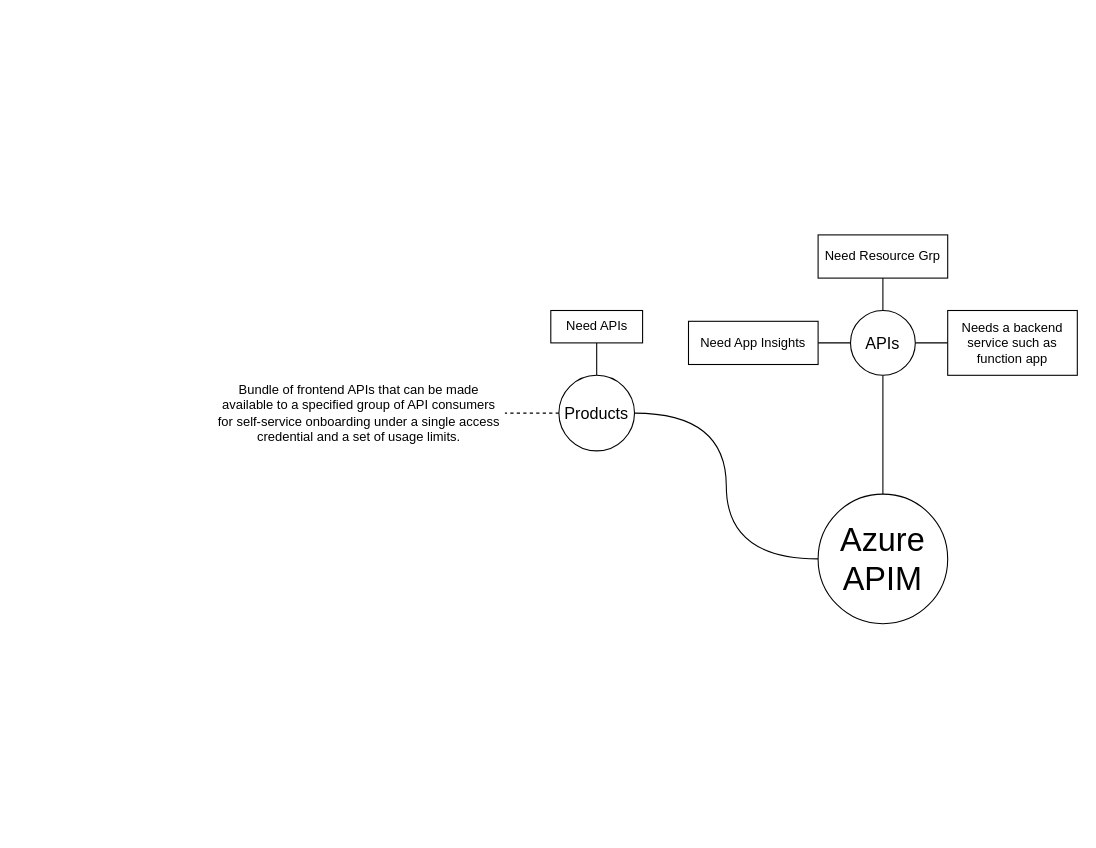
Before: page "Azure APIM" (1 of 2) of Azure/APIs.drawio in Gaur4vGaur/probable-octo, a draw.io diagram. Source tidied: cells renumbered, new cells numbered last; positions are measured from the earlier drawing's top-left corner, leaving out a move shared by most shapes. Both pictures are drawn from the tidied source at 108%, with x=0, y=0 at pixel (213, 234).
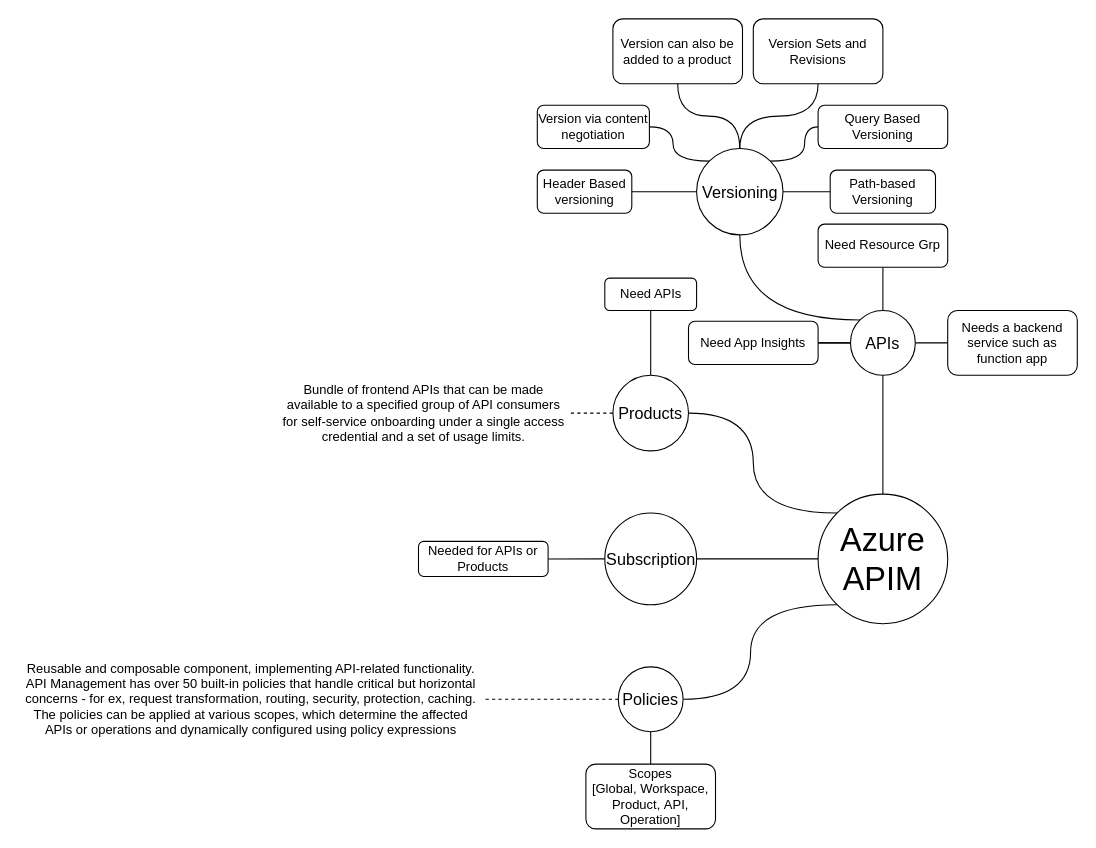
Above is the later version.

The edit, as a diff of the source:
```diff
@@
-    <mxCell id="2" style="edgeStyle=orthogonalEdgeStyle;rounded=0;jettySize=auto;html=1;curved=1;endArrow=none;endFill=0;" parent="1" edge="1" source="4" target="8">
+    <mxCell id="2" style="edgeStyle=orthogonalEdgeStyle;rounded=1;jettySize=auto;html=1;curved=1;endArrow=none;endFill=0;" parent="1" edge="1" source="4" target="8">
       <mxGeometry relative="1" as="geometry" />
     </mxCell>
-    <mxCell id="3" style="edgeStyle=orthogonalEdgeStyle;rounded=0;jettySize=auto;html=1;startArrow=none;startFill=0;endArrow=none;endFill=0;curved=1;entryX=0.5;entryY=0;entryDx=0;entryDy=0;" parent="1" edge="1" source="4" target="14">
+    <mxCell id="3" style="edgeStyle=orthogonalEdgeStyle;rounded=1;jettySize=auto;html=1;startArrow=none;startFill=0;endArrow=none;endFill=0;curved=1;entryX=0.5;entryY=0;entryDx=0;entryDy=0;exitX=0;exitY=0;exitDx=0;exitDy=0;" parent="1" edge="1" source="4" target="14">
       <mxGeometry relative="1" as="geometry" />
     </mxCell>
+    <mxCell id="17" style="edgeStyle=orthogonalEdgeStyle;rounded=1;jettySize=auto;html=1;startArrow=none;startFill=0;endArrow=none;endFill=0;curved=1;" parent="1" edge="1" source="4" target="22">
+      <mxGeometry relative="1" as="geometry" />
+    </mxCell>
+    <mxCell id="18" style="edgeStyle=orthogonalEdgeStyle;rounded=1;jettySize=auto;html=1;fontFamily=Helvetica;fontSize=12;fontColor=default;exitX=0;exitY=1;exitDx=0;exitDy=0;curved=1;entryX=1;entryY=0.5;entryDx=0;entryDy=0;endArrow=none;endFill=0;" parent="1" edge="1" source="4" target="26">
+      <mxGeometry relative="1" as="geometry" />
+    </mxCell>
-    <mxCell id="4" value="&lt;font style=&quot;font-size: 30px;&quot;&gt;Azure&lt;br&gt;APIM&lt;/font&gt;" style="ellipse;whiteSpace=wrap;html=1;" parent="1" vertex="1">
+    <mxCell id="4" value="&lt;font style=&quot;font-size: 30px;&quot;&gt;Azure&lt;br&gt;APIM&lt;/font&gt;" style="ellipse;whiteSpace=wrap;html=1;rounded=1;" parent="1" vertex="1">
       <mxGeometry x="560" y="240" width="120" height="120" as="geometry" />
     </mxCell>
-    <mxCell id="5" style="edgeStyle=orthogonalEdgeStyle;rounded=0;jettySize=auto;html=1;curved=1;endArrow=none;endFill=0;" parent="1" edge="1" source="8" target="9">
+    <mxCell id="5" style="edgeStyle=orthogonalEdgeStyle;rounded=1;jettySize=auto;html=1;curved=1;endArrow=none;endFill=0;" parent="1" edge="1" source="8" target="9">
       <mxGeometry relative="1" as="geometry" />
     </mxCell>
-    <mxCell id="6" style="edgeStyle=orthogonalEdgeStyle;rounded=0;jettySize=auto;html=1;endArrow=none;endFill=0;curved=1;" parent="1" edge="1" source="8" target="10">
+    <mxCell id="6" style="edgeStyle=orthogonalEdgeStyle;rounded=1;jettySize=auto;html=1;endArrow=none;endFill=0;curved=1;" parent="1" edge="1" source="8" target="10">
       <mxGeometry relative="1" as="geometry" />
     </mxCell>
-    <mxCell id="7" style="edgeStyle=orthogonalEdgeStyle;rounded=0;jettySize=auto;html=1;endArrow=none;endFill=0;curved=1;" parent="1" edge="1" source="8" target="11">
+    <mxCell id="7" style="edgeStyle=orthogonalEdgeStyle;rounded=1;jettySize=auto;html=1;endArrow=none;endFill=0;curved=1;" parent="1" edge="1" source="8" target="11">
       <mxGeometry relative="1" as="geometry" />
     </mxCell>
+    <mxCell id="19" style="edgeStyle=orthogonalEdgeStyle;shape=connector;curved=1;rounded=1;jettySize=auto;html=1;labelBackgroundColor=default;strokeColor=default;fontFamily=Helvetica;fontSize=12;fontColor=default;endArrow=none;endFill=0;" parent="1" edge="1" source="8" target="11">
+      <mxGeometry relative="1" as="geometry" />
+    </mxCell>
+    <mxCell id="20" style="edgeStyle=orthogonalEdgeStyle;shape=connector;curved=1;rounded=1;jettySize=auto;html=1;labelBackgroundColor=default;strokeColor=default;fontFamily=Helvetica;fontSize=12;fontColor=default;endArrow=none;endFill=0;exitX=0;exitY=0;exitDx=0;exitDy=0;" parent="1" edge="1" source="8" target="35">
+      <mxGeometry relative="1" as="geometry" />
+    </mxCell>
-    <mxCell id="8" value="&lt;span style=&quot;font-size: 15px;&quot;&gt;APIs&lt;/span&gt;" style="ellipse;whiteSpace=wrap;html=1;" parent="1" vertex="1">
+    <mxCell id="8" value="&lt;span style=&quot;font-size: 15px;&quot;&gt;APIs&lt;/span&gt;" style="ellipse;whiteSpace=wrap;html=1;rounded=1;" parent="1" vertex="1">
       <mxGeometry x="590" y="70" width="60" height="60" as="geometry" />
     </mxCell>
-    <mxCell id="9" value="Needs a backend service such as function app" style="whiteSpace=wrap;html=1;" parent="1" vertex="1">
+    <mxCell id="9" value="Needs a backend service such as function app" style="whiteSpace=wrap;html=1;rounded=1;" parent="1" vertex="1">
       <mxGeometry x="680" y="70" width="120" height="60" as="geometry" />
     </mxCell>
-    <mxCell id="10" value="Need Resource Grp" style="whiteSpace=wrap;html=1;" parent="1" vertex="1">
-      <mxGeometry x="560" width="120" height="40" as="geometry" />
+    <mxCell id="10" value="Need Resource Grp" style="whiteSpace=wrap;html=1;rounded=1;" parent="1" vertex="1">
+      <mxGeometry x="560" y="-10" width="120" height="40" as="geometry" />
     </mxCell>
-    <mxCell id="11" value="Need App Insights" style="whiteSpace=wrap;html=1;" parent="1" vertex="1">
+    <mxCell id="11" value="Need App Insights" style="whiteSpace=wrap;html=1;rounded=1;" parent="1" vertex="1">
       <mxGeometry x="440" y="80" width="120" height="40" as="geometry" />
     </mxCell>
-    <mxCell id="12" style="edgeStyle=orthogonalEdgeStyle;rounded=0;jettySize=auto;html=1;endArrow=none;endFill=0;dashed=1;" parent="1" edge="1" source="14" target="15">
+    <mxCell id="12" style="edgeStyle=orthogonalEdgeStyle;rounded=1;jettySize=auto;html=1;endArrow=none;endFill=0;dashed=1;" parent="1" edge="1" source="14" target="15">
       <mxGeometry relative="1" as="geometry" />
     </mxCell>
-    <mxCell id="13" style="edgeStyle=orthogonalEdgeStyle;rounded=0;jettySize=auto;html=1;endArrow=none;endFill=0;" parent="1" edge="1" source="14" target="16">
+    <mxCell id="13" style="edgeStyle=orthogonalEdgeStyle;rounded=1;jettySize=auto;html=1;endArrow=none;endFill=0;" parent="1" edge="1" source="14" target="16">
       <mxGeometry relative="1" as="geometry" />
     </mxCell>
-    <mxCell id="14" value="&lt;font style=&quot;font-size: 15px;&quot;&gt;Products&lt;/font&gt;" style="ellipse;whiteSpace=wrap;html=1;direction=south;" parent="1" vertex="1">
-      <mxGeometry x="320" y="130" width="70" height="70" as="geometry" />
+    <mxCell id="14" value="&lt;font style=&quot;font-size: 15px;&quot;&gt;Products&lt;/font&gt;" style="ellipse;whiteSpace=wrap;html=1;direction=south;rounded=1;" parent="1" vertex="1">
+      <mxGeometry x="370" y="130" width="70" height="70" as="geometry" />
     </mxCell>
-    <mxCell id="15" value="Bundle of frontend APIs that can be made available to a specified group of API consumers for self-service onboarding under a single access credential and a set of usage limits." style="text;html=1;strokeColor=none;fillColor=none;align=center;verticalAlign=middle;whiteSpace=wrap;rounded=0;" parent="1" vertex="1">
-      <mxGeometry y="150" width="270" height="30" as="geometry" />
+    <mxCell id="15" value="Bundle of frontend APIs that can be made available to a specified group of API consumers for self-service onboarding under a single access credential and a set of usage limits." style="text;html=1;strokeColor=none;fillColor=none;align=center;verticalAlign=middle;whiteSpace=wrap;rounded=1;" parent="1" vertex="1">
+      <mxGeometry x="60" y="150" width="270" height="30" as="geometry" />
     </mxCell>
-    <mxCell id="16" value="Need APIs" style="whiteSpace=wrap;html=1;" parent="1" vertex="1">
-      <mxGeometry x="312.5" y="70" width="85" height="30" as="geometry" />
+    <mxCell id="16" value="Need APIs" style="whiteSpace=wrap;html=1;rounded=1;" parent="1" vertex="1">
+      <mxGeometry x="362.5" y="40" width="85" height="30" as="geometry" />
     </mxCell>
+    <mxCell id="21" style="edgeStyle=orthogonalEdgeStyle;rounded=1;jettySize=auto;html=1;curved=1;endArrow=none;endFill=0;" parent="1" edge="1" source="22" target="23">
+      <mxGeometry relative="1" as="geometry" />
+    </mxCell>
+    <mxCell id="22" value="&lt;span style=&quot;font-size: 15px;&quot;&gt;Subscription&lt;/span&gt;" style="ellipse;whiteSpace=wrap;html=1;rounded=1;" parent="1" vertex="1">
+      <mxGeometry x="362.5" y="257.5" width="85" height="85" as="geometry" />
+    </mxCell>
+    <mxCell id="23" value="Needed for APIs or Products" style="whiteSpace=wrap;html=1;rounded=1;" parent="1" vertex="1">
+      <mxGeometry x="190" y="283.8" width="120" height="32.5" as="geometry" />
+    </mxCell>
+    <mxCell id="24" style="edgeStyle=orthogonalEdgeStyle;shape=connector;curved=1;rounded=1;jettySize=auto;html=1;entryX=1;entryY=0.5;entryDx=0;entryDy=0;labelBackgroundColor=default;strokeColor=default;fontFamily=Helvetica;fontSize=12;fontColor=default;endArrow=none;endFill=0;dashed=1;" parent="1" edge="1" source="26" target="27">
+      <mxGeometry relative="1" as="geometry" />
+    </mxCell>
+    <mxCell id="25" style="edgeStyle=orthogonalEdgeStyle;shape=connector;curved=1;rounded=1;jettySize=auto;html=1;labelBackgroundColor=default;strokeColor=default;fontFamily=Helvetica;fontSize=12;fontColor=default;endArrow=none;endFill=0;" parent="1" edge="1" source="26" target="28">
+      <mxGeometry relative="1" as="geometry" />
+    </mxCell>
+    <mxCell id="26" value="&lt;span style=&quot;font-size: 15px;&quot;&gt;Policies&lt;/span&gt;" style="ellipse;whiteSpace=wrap;html=1;rounded=1;" parent="1" vertex="1">
+      <mxGeometry x="375" y="400" width="60" height="60" as="geometry" />
+    </mxCell>
+    <mxCell id="27" value="Reusable and composable component, implementing API-related functionality. API Management has over 50 built-in policies that handle critical but horizontal concerns - for ex, request transformation, routing, security, protection, caching. The policies can be applied at various scopes, which determine the affected APIs or operations and dynamically configured using policy expressions" style="text;html=1;strokeColor=none;fillColor=none;align=center;verticalAlign=middle;whiteSpace=wrap;rounded=0;fontSize=12;fontFamily=Helvetica;fontColor=default;" parent="1" vertex="1">
+      <mxGeometry x="-180" y="415" width="430" height="30" as="geometry" />
+    </mxCell>
+    <mxCell id="28" value="Scopes [Global,&amp;nbsp;&lt;span style=&quot;background-color: initial;&quot;&gt;Workspace,&lt;br&gt;&lt;/span&gt;&lt;span style=&quot;background-color: initial;&quot;&gt;Product,&amp;nbsp;&lt;/span&gt;&lt;span style=&quot;background-color: initial;&quot;&gt;API,&lt;br&gt;&lt;/span&gt;&lt;span style=&quot;background-color: initial;&quot;&gt;Operation]&lt;/span&gt;&lt;span style=&quot;background-color: initial;&quot;&gt;&lt;br&gt;&lt;/span&gt;" style="whiteSpace=wrap;html=1;rounded=1;" parent="1" vertex="1">
+      <mxGeometry x="345" y="490" width="120" height="60" as="geometry" />
+    </mxCell>
+    <mxCell id="29" style="edgeStyle=orthogonalEdgeStyle;shape=connector;curved=1;rounded=1;jettySize=auto;html=1;labelBackgroundColor=default;strokeColor=default;fontFamily=Helvetica;fontSize=12;fontColor=default;endArrow=none;endFill=0;" parent="1" edge="1" source="35" target="36">
+      <mxGeometry relative="1" as="geometry" />
+    </mxCell>
+    <mxCell id="30" style="edgeStyle=orthogonalEdgeStyle;shape=connector;curved=1;rounded=1;jettySize=auto;html=1;labelBackgroundColor=default;strokeColor=default;fontFamily=Helvetica;fontSize=12;fontColor=default;endArrow=none;endFill=0;" parent="1" edge="1" source="35" target="37">
+      <mxGeometry relative="1" as="geometry" />
+    </mxCell>
+    <mxCell id="31" style="edgeStyle=orthogonalEdgeStyle;shape=connector;curved=1;rounded=1;jettySize=auto;html=1;labelBackgroundColor=default;strokeColor=default;fontFamily=Helvetica;fontSize=12;fontColor=default;endArrow=none;endFill=0;exitX=1;exitY=0;exitDx=0;exitDy=0;" parent="1" edge="1" source="35" target="38">
+      <mxGeometry relative="1" as="geometry" />
+    </mxCell>
+    <mxCell id="32" style="edgeStyle=orthogonalEdgeStyle;shape=connector;curved=1;rounded=1;jettySize=auto;html=1;labelBackgroundColor=default;strokeColor=default;fontFamily=Helvetica;fontSize=12;fontColor=default;endArrow=none;endFill=0;exitX=0;exitY=0;exitDx=0;exitDy=0;" parent="1" edge="1" source="35" target="39">
+      <mxGeometry relative="1" as="geometry" />
+    </mxCell>
+    <mxCell id="33" style="edgeStyle=orthogonalEdgeStyle;shape=connector;curved=1;rounded=1;jettySize=auto;html=1;labelBackgroundColor=default;strokeColor=default;fontFamily=Helvetica;fontSize=12;fontColor=default;endArrow=none;endFill=0;" parent="1" edge="1" source="35" target="40">
+      <mxGeometry relative="1" as="geometry" />
+    </mxCell>
+    <mxCell id="34" style="edgeStyle=orthogonalEdgeStyle;shape=connector;curved=1;rounded=1;jettySize=auto;html=1;labelBackgroundColor=default;strokeColor=default;fontFamily=Helvetica;fontSize=12;fontColor=default;endArrow=none;endFill=0;" parent="1" edge="1" source="35" target="41">
+      <mxGeometry relative="1" as="geometry" />
+    </mxCell>
+    <mxCell id="35" value="&lt;span style=&quot;font-size: 15px;&quot;&gt;Versioning&lt;/span&gt;" style="ellipse;whiteSpace=wrap;html=1;rounded=1;" parent="1" vertex="1">
+      <mxGeometry x="447.5" y="-80" width="80" height="80" as="geometry" />
+    </mxCell>
+    <mxCell id="36" value="Path-based Versioning" style="whiteSpace=wrap;html=1;rounded=1;" parent="1" vertex="1">
+      <mxGeometry x="571.2" y="-60" width="97.5" height="40" as="geometry" />
+    </mxCell>
+    <mxCell id="37" value="Header Based versioning" style="whiteSpace=wrap;html=1;rounded=1;" parent="1" vertex="1">
+      <mxGeometry x="300" y="-60" width="87.5" height="40" as="geometry" />
+    </mxCell>
+    <mxCell id="38" value="Query Based Versioning" style="whiteSpace=wrap;html=1;rounded=1;" parent="1" vertex="1">
+      <mxGeometry x="560" y="-120" width="120" height="40" as="geometry" />
+    </mxCell>
+    <mxCell id="39" value="Version via content negotiation" style="whiteSpace=wrap;html=1;rounded=1;" parent="1" vertex="1">
+      <mxGeometry x="300" y="-120" width="103.8" height="40" as="geometry" />
+    </mxCell>
+    <mxCell id="40" value="Version can also be added to a product" style="whiteSpace=wrap;html=1;rounded=1;" parent="1" vertex="1">
+      <mxGeometry x="370" y="-200" width="120" height="60" as="geometry" />
+    </mxCell>
+    <mxCell id="41" value="Version Sets and Revisions" style="whiteSpace=wrap;html=1;rounded=1;" parent="1" vertex="1">
+      <mxGeometry x="500" y="-200" width="120" height="60" as="geometry" />
+    </mxCell>
```
